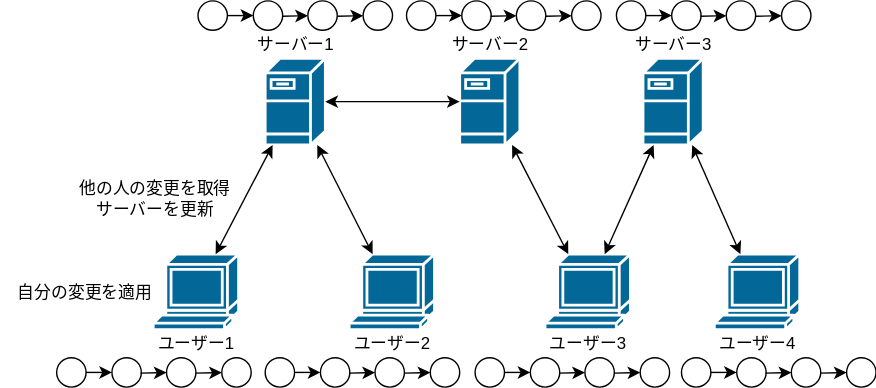
Above: gitlec-step1-2025/img/bunsan.svg in tuatmcc/GitLec (draw.io), before the change. Source tidied: cells renumbered, new cells last; positions are measured from the earlier drawing's top-left corner, leaving out a move shared by most shapes. Source of this version:
```xml
<mxGraphModel>
  <root>
    <mxCell id="0" />
    <mxCell id="1" parent="0" />
    <mxCell id="2" style="shape=mxgraph.cisco.servers.fileserver;sketch=0;html=1;dashed=0;fillColor=#036897;strokeColor=#ffffff;strokeWidth=2;verticalLabelPosition=bottom;verticalAlign=top;align=center;outlineConnect=0;" parent="1" vertex="1">
      <mxGeometry x="189" y="41" width="43" height="62" as="geometry" />
    </mxCell>
    <mxCell id="3" style="shape=mxgraph.cisco.computers_and_peripherals.terminal;sketch=0;html=1;dashed=0;fillColor=#036897;strokeColor=#ffffff;strokeWidth=2;verticalLabelPosition=bottom;verticalAlign=top;align=center;outlineConnect=0;" parent="1" vertex="1">
      <mxGeometry x="109" y="181" width="61" height="54" as="geometry" />
    </mxCell>
    <mxCell id="4" style="shape=mxgraph.cisco.computers_and_peripherals.terminal;sketch=0;html=1;dashed=0;fillColor=#036897;strokeColor=#ffffff;strokeWidth=2;verticalLabelPosition=bottom;verticalAlign=top;align=center;outlineConnect=0;" parent="1" vertex="1">
      <mxGeometry x="249" y="181" width="61" height="54" as="geometry" />
    </mxCell>
    <mxCell id="5" style="endArrow=classic;startArrow=classic;html=1;rounded=0;" parent="1" edge="1" source="3" target="2">
      <mxGeometry relative="1" as="geometry" />
    </mxCell>
    <mxCell id="6" style="endArrow=classic;startArrow=classic;html=1;rounded=0;" parent="1" edge="1" source="4" target="2">
      <mxGeometry relative="1" as="geometry" />
    </mxCell>
    <mxCell id="7" value="サーバー1" style="text;html=1;align=center;verticalAlign=middle;whiteSpace=wrap;rounded=0;" parent="1" vertex="1">
      <mxGeometry x="181" y="21" width="59" height="20" as="geometry" />
    </mxCell>
    <mxCell id="8" value="ユーザー1" style="text;html=1;align=center;verticalAlign=middle;whiteSpace=wrap;rounded=0;" parent="1" vertex="1">
      <mxGeometry x="109" y="235" width="61" height="20" as="geometry" />
    </mxCell>
    <mxCell id="9" value="ユーザー2" style="text;html=1;align=center;verticalAlign=middle;whiteSpace=wrap;rounded=0;" parent="1" vertex="1">
      <mxGeometry x="249" y="235" width="61" height="20" as="geometry" />
    </mxCell>
    <mxCell id="10" style="shape=mxgraph.cisco.computers_and_peripherals.terminal;sketch=0;html=1;dashed=0;fillColor=#036897;strokeColor=#ffffff;strokeWidth=2;verticalLabelPosition=bottom;verticalAlign=top;align=center;outlineConnect=0;" parent="1" vertex="1">
      <mxGeometry x="389" y="181" width="61" height="54" as="geometry" />
    </mxCell>
    <mxCell id="11" value="ユーザー3" style="text;html=1;align=center;verticalAlign=middle;whiteSpace=wrap;rounded=0;" parent="1" vertex="1">
      <mxGeometry x="389" y="235" width="61" height="20" as="geometry" />
    </mxCell>
    <mxCell id="12" style="shape=mxgraph.cisco.servers.fileserver;sketch=0;html=1;dashed=0;fillColor=#036897;strokeColor=#ffffff;strokeWidth=2;verticalLabelPosition=bottom;verticalAlign=top;align=center;outlineConnect=0;" parent="1" vertex="1">
      <mxGeometry x="328" y="41" width="43" height="62" as="geometry" />
    </mxCell>
    <mxCell id="13" value="サーバー2" style="text;html=1;align=center;verticalAlign=middle;whiteSpace=wrap;rounded=0;" parent="1" vertex="1">
      <mxGeometry x="320" y="21" width="59" height="20" as="geometry" />
    </mxCell>
    <mxCell id="14" style="shape=mxgraph.cisco.servers.fileserver;sketch=0;html=1;dashed=0;fillColor=#036897;strokeColor=#ffffff;strokeWidth=2;verticalLabelPosition=bottom;verticalAlign=top;align=center;outlineConnect=0;" parent="1" vertex="1">
      <mxGeometry x="459" y="41" width="43" height="62" as="geometry" />
    </mxCell>
    <mxCell id="15" value="サーバー3" style="text;html=1;align=center;verticalAlign=middle;whiteSpace=wrap;rounded=0;" parent="1" vertex="1">
      <mxGeometry x="451" y="21" width="59" height="20" as="geometry" />
    </mxCell>
    <mxCell id="16" style="shape=mxgraph.cisco.computers_and_peripherals.terminal;sketch=0;html=1;dashed=0;fillColor=#036897;strokeColor=#ffffff;strokeWidth=2;verticalLabelPosition=bottom;verticalAlign=top;align=center;outlineConnect=0;" parent="1" vertex="1">
      <mxGeometry x="510" y="181" width="61" height="54" as="geometry" />
    </mxCell>
    <mxCell id="17" value="ユーザー4" style="text;html=1;align=center;verticalAlign=middle;whiteSpace=wrap;rounded=0;" parent="1" vertex="1">
      <mxGeometry x="510" y="235" width="61" height="20" as="geometry" />
    </mxCell>
    <mxCell id="18" style="endArrow=classic;startArrow=classic;html=1;rounded=0;" parent="1" edge="1" source="16" target="14">
      <mxGeometry relative="1" as="geometry" />
    </mxCell>
    <mxCell id="19" style="endArrow=classic;startArrow=classic;html=1;rounded=0;" parent="1" edge="1" source="10" target="12">
      <mxGeometry relative="1" as="geometry" />
    </mxCell>
    <mxCell id="20" style="endArrow=classic;startArrow=classic;html=1;rounded=0;" parent="1" edge="1" source="10" target="14">
      <mxGeometry relative="1" as="geometry" />
    </mxCell>
    <mxCell id="21" style="endArrow=classic;startArrow=classic;html=1;rounded=0;" parent="1" edge="1" source="12" target="2">
      <mxGeometry relative="1" as="geometry" />
    </mxCell>
    <mxCell id="22" value="他の人の変更を取得サーバーを更新" style="text;html=1;align=center;verticalAlign=middle;whiteSpace=wrap;rounded=0;" parent="1" vertex="1">
      <mxGeometry x="50" y="121" width="120" height="40" as="geometry" />
    </mxCell>
    <mxCell id="23" value="&lt;div&gt;自分の変更を適用&lt;/div&gt;" style="text;html=1;align=center;verticalAlign=middle;whiteSpace=wrap;rounded=0;" parent="1" vertex="1">
      <mxGeometry y="195" width="120" height="26" as="geometry" />
    </mxCell>
    <mxCell id="24" style="ellipse;whiteSpace=wrap;html=1;" parent="1" vertex="1">
      <mxGeometry x="141" width="21" height="21" as="geometry" />
    </mxCell>
    <mxCell id="25" style="ellipse;whiteSpace=wrap;html=1;" parent="1" vertex="1">
      <mxGeometry x="180.5" width="21" height="21" as="geometry" />
    </mxCell>
    <mxCell id="26" style="endArrow=classic;html=1;rounded=0;" parent="1" edge="1" source="24" target="25">
      <mxGeometry relative="1" as="geometry" />
    </mxCell>
    <mxCell id="27" style="ellipse;whiteSpace=wrap;html=1;" parent="1" vertex="1">
      <mxGeometry x="219.5" width="21" height="21" as="geometry" />
    </mxCell>
    <mxCell id="28" style="endArrow=classic;html=1;rounded=0;" parent="1" edge="1" target="27">
      <mxGeometry relative="1" as="geometry">
        <mxPoint x="201" y="11" as="sourcePoint" />
      </mxGeometry>
    </mxCell>
    <mxCell id="29" style="ellipse;whiteSpace=wrap;html=1;" parent="1" vertex="1">
      <mxGeometry x="259" width="21" height="21" as="geometry" />
    </mxCell>
    <mxCell id="30" style="endArrow=classic;html=1;rounded=0;" parent="1" edge="1" target="29">
      <mxGeometry relative="1" as="geometry">
        <mxPoint x="240.5" y="11" as="sourcePoint" />
      </mxGeometry>
    </mxCell>
    <mxCell id="31" style="ellipse;whiteSpace=wrap;html=1;" parent="1" vertex="1">
      <mxGeometry x="290" width="21" height="21" as="geometry" />
    </mxCell>
    <mxCell id="32" style="ellipse;whiteSpace=wrap;html=1;" parent="1" vertex="1">
      <mxGeometry x="329.5" width="21" height="21" as="geometry" />
    </mxCell>
    <mxCell id="33" style="endArrow=classic;html=1;rounded=0;" parent="1" edge="1" source="31" target="32">
      <mxGeometry relative="1" as="geometry" />
    </mxCell>
    <mxCell id="34" style="ellipse;whiteSpace=wrap;html=1;" parent="1" vertex="1">
      <mxGeometry x="368.5" width="21" height="21" as="geometry" />
    </mxCell>
    <mxCell id="35" style="endArrow=classic;html=1;rounded=0;" parent="1" edge="1" target="34">
      <mxGeometry relative="1" as="geometry">
        <mxPoint x="350" y="11" as="sourcePoint" />
      </mxGeometry>
    </mxCell>
    <mxCell id="36" style="ellipse;whiteSpace=wrap;html=1;" parent="1" vertex="1">
      <mxGeometry x="408" width="21" height="21" as="geometry" />
    </mxCell>
    <mxCell id="37" style="endArrow=classic;html=1;rounded=0;" parent="1" edge="1" target="36">
      <mxGeometry relative="1" as="geometry">
        <mxPoint x="389.5" y="11" as="sourcePoint" />
      </mxGeometry>
    </mxCell>
    <mxCell id="38" style="ellipse;whiteSpace=wrap;html=1;" parent="1" vertex="1">
      <mxGeometry x="440" width="21" height="21" as="geometry" />
    </mxCell>
    <mxCell id="39" style="ellipse;whiteSpace=wrap;html=1;" parent="1" vertex="1">
      <mxGeometry x="479.5" width="21" height="21" as="geometry" />
    </mxCell>
    <mxCell id="40" style="endArrow=classic;html=1;rounded=0;" parent="1" edge="1" source="38" target="39">
      <mxGeometry relative="1" as="geometry" />
    </mxCell>
    <mxCell id="41" style="ellipse;whiteSpace=wrap;html=1;" parent="1" vertex="1">
      <mxGeometry x="518.5" width="21" height="21" as="geometry" />
    </mxCell>
    <mxCell id="42" style="endArrow=classic;html=1;rounded=0;" parent="1" edge="1" target="41">
      <mxGeometry relative="1" as="geometry">
        <mxPoint x="500" y="11" as="sourcePoint" />
      </mxGeometry>
    </mxCell>
    <mxCell id="43" style="ellipse;whiteSpace=wrap;html=1;" parent="1" vertex="1">
      <mxGeometry x="558" width="21" height="21" as="geometry" />
    </mxCell>
    <mxCell id="44" style="endArrow=classic;html=1;rounded=0;" parent="1" edge="1" target="43">
      <mxGeometry relative="1" as="geometry">
        <mxPoint x="539.5" y="11" as="sourcePoint" />
      </mxGeometry>
    </mxCell>
    <mxCell id="45" style="ellipse;whiteSpace=wrap;html=1;" parent="1" vertex="1">
      <mxGeometry x="40" y="255" width="21" height="21" as="geometry" />
    </mxCell>
    <mxCell id="46" style="ellipse;whiteSpace=wrap;html=1;" parent="1" vertex="1">
      <mxGeometry x="79.5" y="255" width="21" height="21" as="geometry" />
    </mxCell>
    <mxCell id="47" style="endArrow=classic;html=1;rounded=0;" parent="1" edge="1" source="45" target="46">
      <mxGeometry relative="1" as="geometry" />
    </mxCell>
    <mxCell id="48" style="ellipse;whiteSpace=wrap;html=1;" parent="1" vertex="1">
      <mxGeometry x="118.5" y="255" width="21" height="21" as="geometry" />
    </mxCell>
    <mxCell id="49" style="endArrow=classic;html=1;rounded=0;" parent="1" edge="1" target="48">
      <mxGeometry relative="1" as="geometry">
        <mxPoint x="100" y="266" as="sourcePoint" />
      </mxGeometry>
    </mxCell>
    <mxCell id="50" style="ellipse;whiteSpace=wrap;html=1;" parent="1" vertex="1">
      <mxGeometry x="158" y="255" width="21" height="21" as="geometry" />
    </mxCell>
    <mxCell id="51" style="endArrow=classic;html=1;rounded=0;" parent="1" edge="1" target="50">
      <mxGeometry relative="1" as="geometry">
        <mxPoint x="139.5" y="266" as="sourcePoint" />
      </mxGeometry>
    </mxCell>
    <mxCell id="52" style="ellipse;whiteSpace=wrap;html=1;" parent="1" vertex="1">
      <mxGeometry x="189" y="255" width="21" height="21" as="geometry" />
    </mxCell>
    <mxCell id="53" style="ellipse;whiteSpace=wrap;html=1;" parent="1" vertex="1">
      <mxGeometry x="228.5" y="255" width="21" height="21" as="geometry" />
    </mxCell>
    <mxCell id="54" style="endArrow=classic;html=1;rounded=0;" parent="1" edge="1" source="52" target="53">
      <mxGeometry relative="1" as="geometry" />
    </mxCell>
    <mxCell id="55" style="ellipse;whiteSpace=wrap;html=1;" parent="1" vertex="1">
      <mxGeometry x="267.5" y="255" width="21" height="21" as="geometry" />
    </mxCell>
    <mxCell id="56" style="endArrow=classic;html=1;rounded=0;" parent="1" edge="1" target="55">
      <mxGeometry relative="1" as="geometry">
        <mxPoint x="249" y="266" as="sourcePoint" />
      </mxGeometry>
    </mxCell>
    <mxCell id="57" style="ellipse;whiteSpace=wrap;html=1;" parent="1" vertex="1">
      <mxGeometry x="307" y="255" width="21" height="21" as="geometry" />
    </mxCell>
    <mxCell id="58" style="endArrow=classic;html=1;rounded=0;" parent="1" edge="1" target="57">
      <mxGeometry relative="1" as="geometry">
        <mxPoint x="288.5" y="266" as="sourcePoint" />
      </mxGeometry>
    </mxCell>
    <mxCell id="59" style="ellipse;whiteSpace=wrap;html=1;" parent="1" vertex="1">
      <mxGeometry x="339" y="255" width="21" height="21" as="geometry" />
    </mxCell>
    <mxCell id="60" style="ellipse;whiteSpace=wrap;html=1;" parent="1" vertex="1">
      <mxGeometry x="378.5" y="255" width="21" height="21" as="geometry" />
    </mxCell>
    <mxCell id="61" style="endArrow=classic;html=1;rounded=0;" parent="1" edge="1" source="59" target="60">
      <mxGeometry relative="1" as="geometry" />
    </mxCell>
    <mxCell id="62" style="ellipse;whiteSpace=wrap;html=1;" parent="1" vertex="1">
      <mxGeometry x="417.5" y="255" width="21" height="21" as="geometry" />
    </mxCell>
    <mxCell id="63" style="endArrow=classic;html=1;rounded=0;" parent="1" edge="1" target="62">
      <mxGeometry relative="1" as="geometry">
        <mxPoint x="399" y="266" as="sourcePoint" />
      </mxGeometry>
    </mxCell>
    <mxCell id="64" style="ellipse;whiteSpace=wrap;html=1;" parent="1" vertex="1">
      <mxGeometry x="457" y="255" width="21" height="21" as="geometry" />
    </mxCell>
    <mxCell id="65" style="endArrow=classic;html=1;rounded=0;" parent="1" edge="1" target="64">
      <mxGeometry relative="1" as="geometry">
        <mxPoint x="438.5" y="266" as="sourcePoint" />
      </mxGeometry>
    </mxCell>
    <mxCell id="66" style="ellipse;whiteSpace=wrap;html=1;" parent="1" vertex="1">
      <mxGeometry x="486.5" y="255" width="21" height="21" as="geometry" />
    </mxCell>
    <mxCell id="67" style="ellipse;whiteSpace=wrap;html=1;" parent="1" vertex="1">
      <mxGeometry x="526" y="255" width="21" height="21" as="geometry" />
    </mxCell>
    <mxCell id="68" style="endArrow=classic;html=1;rounded=0;" parent="1" edge="1" source="66" target="67">
      <mxGeometry relative="1" as="geometry" />
    </mxCell>
    <mxCell id="69" style="ellipse;whiteSpace=wrap;html=1;" parent="1" vertex="1">
      <mxGeometry x="565" y="255" width="21" height="21" as="geometry" />
    </mxCell>
    <mxCell id="70" style="endArrow=classic;html=1;rounded=0;" parent="1" edge="1" target="69">
      <mxGeometry relative="1" as="geometry">
        <mxPoint x="546.5" y="266" as="sourcePoint" />
      </mxGeometry>
    </mxCell>
    <mxCell id="71" style="ellipse;whiteSpace=wrap;html=1;" parent="1" vertex="1">
      <mxGeometry x="604.5" y="255" width="21" height="21" as="geometry" />
    </mxCell>
    <mxCell id="72" style="endArrow=classic;html=1;rounded=0;" parent="1" edge="1" target="71">
      <mxGeometry relative="1" as="geometry">
        <mxPoint x="586" y="266" as="sourcePoint" />
      </mxGeometry>
    </mxCell>
  </root>
</mxGraphModel>
```
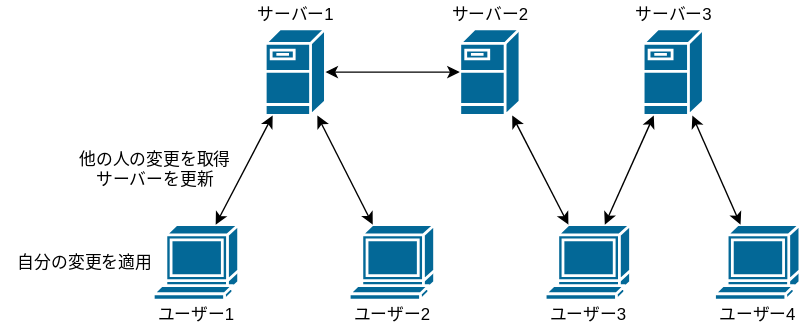
Later version of the same file.

What changed in the source:
```diff
@@ -68,180 +68,5 @@
     <mxCell id="23" value="&lt;div&gt;自分の変更を適用&lt;/div&gt;" style="text;html=1;align=center;verticalAlign=middle;whiteSpace=wrap;rounded=0;" parent="1" vertex="1">
       <mxGeometry y="195" width="120" height="26" as="geometry" />
     </mxCell>
-    <mxCell id="24" style="ellipse;whiteSpace=wrap;html=1;" parent="1" vertex="1">
-      <mxGeometry x="141" width="21" height="21" as="geometry" />
-    </mxCell>
-    <mxCell id="25" style="ellipse;whiteSpace=wrap;html=1;" parent="1" vertex="1">
-      <mxGeometry x="180.5" width="21" height="21" as="geometry" />
-    </mxCell>
-    <mxCell id="26" style="endArrow=classic;html=1;rounded=0;" parent="1" edge="1" source="24" target="25">
-      <mxGeometry relative="1" as="geometry" />
-    </mxCell>
-    <mxCell id="27" style="ellipse;whiteSpace=wrap;html=1;" parent="1" vertex="1">
-      <mxGeometry x="219.5" width="21" height="21" as="geometry" />
-    </mxCell>
-    <mxCell id="28" style="endArrow=classic;html=1;rounded=0;" parent="1" edge="1" target="27">
-      <mxGeometry relative="1" as="geometry">
-        <mxPoint x="201" y="11" as="sourcePoint" />
-      </mxGeometry>
-    </mxCell>
-    <mxCell id="29" style="ellipse;whiteSpace=wrap;html=1;" parent="1" vertex="1">
-      <mxGeometry x="259" width="21" height="21" as="geometry" />
-    </mxCell>
-    <mxCell id="30" style="endArrow=classic;html=1;rounded=0;" parent="1" edge="1" target="29">
-      <mxGeometry relative="1" as="geometry">
-        <mxPoint x="240.5" y="11" as="sourcePoint" />
-      </mxGeometry>
-    </mxCell>
-    <mxCell id="31" style="ellipse;whiteSpace=wrap;html=1;" parent="1" vertex="1">
-      <mxGeometry x="290" width="21" height="21" as="geometry" />
-    </mxCell>
-    <mxCell id="32" style="ellipse;whiteSpace=wrap;html=1;" parent="1" vertex="1">
-      <mxGeometry x="329.5" width="21" height="21" as="geometry" />
-    </mxCell>
-    <mxCell id="33" style="endArrow=classic;html=1;rounded=0;" parent="1" edge="1" source="31" target="32">
-      <mxGeometry relative="1" as="geometry" />
-    </mxCell>
-    <mxCell id="34" style="ellipse;whiteSpace=wrap;html=1;" parent="1" vertex="1">
-      <mxGeometry x="368.5" width="21" height="21" as="geometry" />
-    </mxCell>
-    <mxCell id="35" style="endArrow=classic;html=1;rounded=0;" parent="1" edge="1" target="34">
-      <mxGeometry relative="1" as="geometry">
-        <mxPoint x="350" y="11" as="sourcePoint" />
-      </mxGeometry>
-    </mxCell>
-    <mxCell id="36" style="ellipse;whiteSpace=wrap;html=1;" parent="1" vertex="1">
-      <mxGeometry x="408" width="21" height="21" as="geometry" />
-    </mxCell>
-    <mxCell id="37" style="endArrow=classic;html=1;rounded=0;" parent="1" edge="1" target="36">
-      <mxGeometry relative="1" as="geometry">
-        <mxPoint x="389.5" y="11" as="sourcePoint" />
-      </mxGeometry>
-    </mxCell>
-    <mxCell id="38" style="ellipse;whiteSpace=wrap;html=1;" parent="1" vertex="1">
-      <mxGeometry x="440" width="21" height="21" as="geometry" />
-    </mxCell>
-    <mxCell id="39" style="ellipse;whiteSpace=wrap;html=1;" parent="1" vertex="1">
-      <mxGeometry x="479.5" width="21" height="21" as="geometry" />
-    </mxCell>
-    <mxCell id="40" style="endArrow=classic;html=1;rounded=0;" parent="1" edge="1" source="38" target="39">
-      <mxGeometry relative="1" as="geometry" />
-    </mxCell>
-    <mxCell id="41" style="ellipse;whiteSpace=wrap;html=1;" parent="1" vertex="1">
-      <mxGeometry x="518.5" width="21" height="21" as="geometry" />
-    </mxCell>
-    <mxCell id="42" style="endArrow=classic;html=1;rounded=0;" parent="1" edge="1" target="41">
-      <mxGeometry relative="1" as="geometry">
-        <mxPoint x="500" y="11" as="sourcePoint" />
-      </mxGeometry>
-    </mxCell>
-    <mxCell id="43" style="ellipse;whiteSpace=wrap;html=1;" parent="1" vertex="1">
-      <mxGeometry x="558" width="21" height="21" as="geometry" />
-    </mxCell>
-    <mxCell id="44" style="endArrow=classic;html=1;rounded=0;" parent="1" edge="1" target="43">
-      <mxGeometry relative="1" as="geometry">
-        <mxPoint x="539.5" y="11" as="sourcePoint" />
-      </mxGeometry>
-    </mxCell>
-    <mxCell id="45" style="ellipse;whiteSpace=wrap;html=1;" parent="1" vertex="1">
-      <mxGeometry x="40" y="255" width="21" height="21" as="geometry" />
-    </mxCell>
-    <mxCell id="46" style="ellipse;whiteSpace=wrap;html=1;" parent="1" vertex="1">
-      <mxGeometry x="79.5" y="255" width="21" height="21" as="geometry" />
-    </mxCell>
-    <mxCell id="47" style="endArrow=classic;html=1;rounded=0;" parent="1" edge="1" source="45" target="46">
-      <mxGeometry relative="1" as="geometry" />
-    </mxCell>
-    <mxCell id="48" style="ellipse;whiteSpace=wrap;html=1;" parent="1" vertex="1">
-      <mxGeometry x="118.5" y="255" width="21" height="21" as="geometry" />
-    </mxCell>
-    <mxCell id="49" style="endArrow=classic;html=1;rounded=0;" parent="1" edge="1" target="48">
-      <mxGeometry relative="1" as="geometry">
-        <mxPoint x="100" y="266" as="sourcePoint" />
-      </mxGeometry>
-    </mxCell>
-    <mxCell id="50" style="ellipse;whiteSpace=wrap;html=1;" parent="1" vertex="1">
-      <mxGeometry x="158" y="255" width="21" height="21" as="geometry" />
-    </mxCell>
-    <mxCell id="51" style="endArrow=classic;html=1;rounded=0;" parent="1" edge="1" target="50">
-      <mxGeometry relative="1" as="geometry">
-        <mxPoint x="139.5" y="266" as="sourcePoint" />
-      </mxGeometry>
-    </mxCell>
-    <mxCell id="52" style="ellipse;whiteSpace=wrap;html=1;" parent="1" vertex="1">
-      <mxGeometry x="189" y="255" width="21" height="21" as="geometry" />
-    </mxCell>
-    <mxCell id="53" style="ellipse;whiteSpace=wrap;html=1;" parent="1" vertex="1">
-      <mxGeometry x="228.5" y="255" width="21" height="21" as="geometry" />
-    </mxCell>
-    <mxCell id="54" style="endArrow=classic;html=1;rounded=0;" parent="1" edge="1" source="52" target="53">
-      <mxGeometry relative="1" as="geometry" />
-    </mxCell>
-    <mxCell id="55" style="ellipse;whiteSpace=wrap;html=1;" parent="1" vertex="1">
-      <mxGeometry x="267.5" y="255" width="21" height="21" as="geometry" />
-    </mxCell>
-    <mxCell id="56" style="endArrow=classic;html=1;rounded=0;" parent="1" edge="1" target="55">
-      <mxGeometry relative="1" as="geometry">
-        <mxPoint x="249" y="266" as="sourcePoint" />
-      </mxGeometry>
-    </mxCell>
-    <mxCell id="57" style="ellipse;whiteSpace=wrap;html=1;" parent="1" vertex="1">
-      <mxGeometry x="307" y="255" width="21" height="21" as="geometry" />
-    </mxCell>
-    <mxCell id="58" style="endArrow=classic;html=1;rounded=0;" parent="1" edge="1" target="57">
-      <mxGeometry relative="1" as="geometry">
-        <mxPoint x="288.5" y="266" as="sourcePoint" />
-      </mxGeometry>
-    </mxCell>
-    <mxCell id="59" style="ellipse;whiteSpace=wrap;html=1;" parent="1" vertex="1">
-      <mxGeometry x="339" y="255" width="21" height="21" as="geometry" />
-    </mxCell>
-    <mxCell id="60" style="ellipse;whiteSpace=wrap;html=1;" parent="1" vertex="1">
-      <mxGeometry x="378.5" y="255" width="21" height="21" as="geometry" />
-    </mxCell>
-    <mxCell id="61" style="endArrow=classic;html=1;rounded=0;" parent="1" edge="1" source="59" target="60">
-      <mxGeometry relative="1" as="geometry" />
-    </mxCell>
-    <mxCell id="62" style="ellipse;whiteSpace=wrap;html=1;" parent="1" vertex="1">
-      <mxGeometry x="417.5" y="255" width="21" height="21" as="geometry" />
-    </mxCell>
-    <mxCell id="63" style="endArrow=classic;html=1;rounded=0;" parent="1" edge="1" target="62">
-      <mxGeometry relative="1" as="geometry">
-        <mxPoint x="399" y="266" as="sourcePoint" />
-      </mxGeometry>
-    </mxCell>
-    <mxCell id="64" style="ellipse;whiteSpace=wrap;html=1;" parent="1" vertex="1">
-      <mxGeometry x="457" y="255" width="21" height="21" as="geometry" />
-    </mxCell>
-    <mxCell id="65" style="endArrow=classic;html=1;rounded=0;" parent="1" edge="1" target="64">
-      <mxGeometry relative="1" as="geometry">
-        <mxPoint x="438.5" y="266" as="sourcePoint" />
-      </mxGeometry>
-    </mxCell>
-    <mxCell id="66" style="ellipse;whiteSpace=wrap;html=1;" parent="1" vertex="1">
-      <mxGeometry x="486.5" y="255" width="21" height="21" as="geometry" />
-    </mxCell>
-    <mxCell id="67" style="ellipse;whiteSpace=wrap;html=1;" parent="1" vertex="1">
-      <mxGeometry x="526" y="255" width="21" height="21" as="geometry" />
-    </mxCell>
-    <mxCell id="68" style="endArrow=classic;html=1;rounded=0;" parent="1" edge="1" source="66" target="67">
-      <mxGeometry relative="1" as="geometry" />
-    </mxCell>
-    <mxCell id="69" style="ellipse;whiteSpace=wrap;html=1;" parent="1" vertex="1">
-      <mxGeometry x="565" y="255" width="21" height="21" as="geometry" />
-    </mxCell>
-    <mxCell id="70" style="endArrow=classic;html=1;rounded=0;" parent="1" edge="1" target="69">
-      <mxGeometry relative="1" as="geometry">
-        <mxPoint x="546.5" y="266" as="sourcePoint" />
-      </mxGeometry>
-    </mxCell>
-    <mxCell id="71" style="ellipse;whiteSpace=wrap;html=1;" parent="1" vertex="1">
-      <mxGeometry x="604.5" y="255" width="21" height="21" as="geometry" />
-    </mxCell>
-    <mxCell id="72" style="endArrow=classic;html=1;rounded=0;" parent="1" edge="1" target="71">
-      <mxGeometry relative="1" as="geometry">
-        <mxPoint x="586" y="266" as="sourcePoint" />
-      </mxGeometry>
-    </mxCell>
   </root>
 </mxGraphModel>
```
